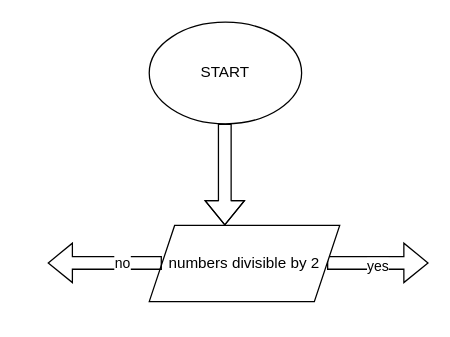
Earlier version of the draw.io diagram Untitled Diagram.drawio (jannatcodingal/lesson-1-introduction-to-python). Source tidied: cells renumbered, new cells numbered last; positions are measured from the earlier drawing's top-left corner, leaving out a move shared by most shapes. Both pictures are drawn from the tidied source at 127%, with x=0, y=0 at pixel (47, 22).
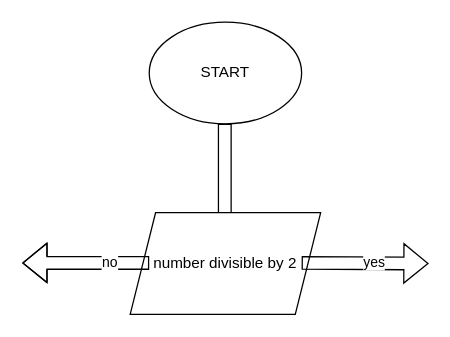
Above is the later version.

The edit, as a diff of the source:
```diff
@@
 <mxGraphModel>
   <root>
     <mxCell id="0" />
     <mxCell id="1" parent="0" />
     <mxCell id="2" value="START" style="ellipse;whiteSpace=wrap;html=1;" parent="1" vertex="1">
       <mxGeometry x="80" width="120" height="80" as="geometry" />
     </mxCell>
-    <mxCell id="3" style="shape=flexArrow;endArrow=classic;html=1;rounded=0;" parent="1" edge="1">
-      <mxGeometry relative="1" as="geometry">
-        <mxPoint x="139.5" y="80" as="sourcePoint" />
-        <mxPoint x="139.5" y="160" as="targetPoint" />
-        <Array as="points">
-          <mxPoint x="139.5" y="100" />
-        </Array>
-      </mxGeometry>
-    </mxCell>
-    <mxCell id="4" style="shape=flexArrow;endArrow=classic;html=1;rounded=0;" parent="1" edge="1">
-      <mxGeometry relative="1" as="geometry">
-        <mxPoint x="220" y="189.5" as="sourcePoint" />
-        <mxPoint x="300" y="189.5" as="targetPoint" />
-      </mxGeometry>
-    </mxCell>
+    <mxCell id="10" style="shape=flexArrow;endArrow=classic;html=1;rounded=0;" parent="1" edge="1">
+      <mxGeometry relative="1" as="geometry">
+        <mxPoint x="139.5" y="80" as="sourcePoint" />
+        <mxPoint x="139.5" y="191.1" as="targetPoint" />
+        <Array as="points">
+          <mxPoint x="139.5" y="150" />
+        </Array>
+      </mxGeometry>
+    </mxCell>
+    <mxCell id="11" value="number divisible by 2" style="shape=parallelogram;perimeter=parallelogramPerimeter;whiteSpace=wrap;html=1;fixedSize=1;" parent="1" vertex="1">
+      <mxGeometry x="65" y="150" width="150" height="80" as="geometry" />
+    </mxCell>
+    <mxCell id="12" style="shape=flexArrow;endArrow=classic;html=1;rounded=0;" parent="1" edge="1">
+      <mxGeometry relative="1" as="geometry">
+        <mxPoint x="200" y="189.5" as="sourcePoint" />
+        <mxPoint x="300" y="190" as="targetPoint" />
+      </mxGeometry>
+    </mxCell>
-    <mxCell id="5" value="yes" style="edgeLabel;html=1;align=center;verticalAlign=middle;" parent="4" vertex="1">
-      <mxGeometry x="-0.03" y="-2" relative="1" as="geometry" />
+    <mxCell id="5" value="yes" style="edgeLabel;html=1;align=center;verticalAlign=middle;" parent="12" vertex="1">
+      <mxGeometry x="0.12" y="1" relative="1" as="geometry" />
     </mxCell>
-    <mxCell id="6" style="shape=flexArrow;endArrow=classic;html=1;rounded=0;" parent="1" edge="1" target="7">
-      <mxGeometry relative="1" as="geometry">
-        <mxPoint x="150" y="200" as="sourcePoint" />
-      </mxGeometry>
-    </mxCell>
-    <mxCell id="7" value="numbers divisible by 2" style="shape=parallelogram;perimeter=parallelogramPerimeter;whiteSpace=wrap;html=1;fixedSize=1;" parent="1" vertex="1">
-      <mxGeometry x="80" y="160" width="150" height="60" as="geometry" />
-    </mxCell>
-    <mxCell id="8" style="shape=flexArrow;endArrow=classic;html=1;rounded=0;" parent="1" edge="1">
-      <mxGeometry relative="1" as="geometry">
-        <mxPoint x="90" y="189.5" as="sourcePoint" />
-        <mxPoint y="189.5" as="targetPoint" />
-      </mxGeometry>
-    </mxCell>
+    <mxCell id="13" style="shape=flexArrow;endArrow=classic;html=1;rounded=0;" parent="1" edge="1">
+      <mxGeometry relative="1" as="geometry">
+        <mxPoint x="80" y="189.5" as="sourcePoint" />
+        <mxPoint x="-20" y="189.5" as="targetPoint" />
+        <Array as="points">
+          <mxPoint y="189.5" />
+        </Array>
+      </mxGeometry>
+    </mxCell>
-    <mxCell id="9" value="no" style="edgeLabel;html=1;align=center;verticalAlign=middle;" parent="8" vertex="1">
-      <mxGeometry x="-0.28" relative="1" as="geometry" />
+    <mxCell id="9" value="no" style="edgeLabel;html=1;align=center;verticalAlign=middle;" parent="13" vertex="1">
+      <mxGeometry x="-0.36" y="-1" relative="1" as="geometry" />
     </mxCell>
   </root>
 </mxGraphModel>
```
